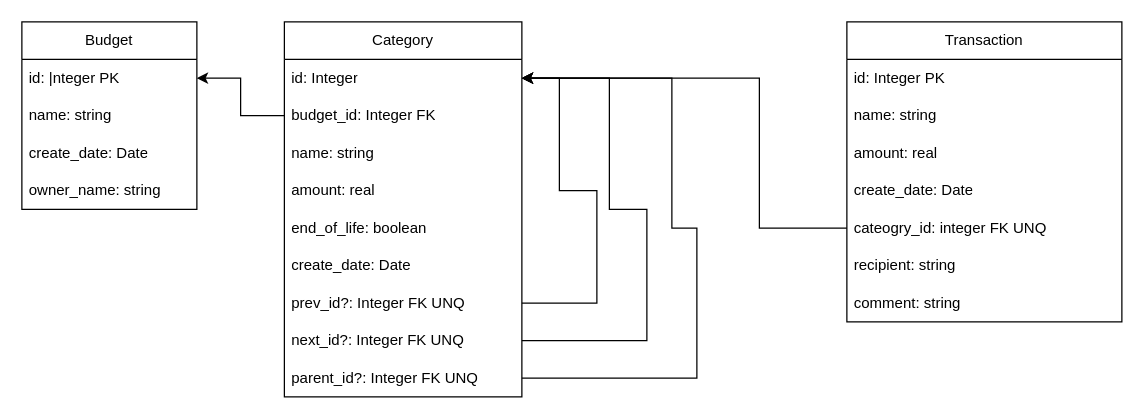
The draw.io diagram page "Datamodel" (3 of 5) of documentation/Versioning budget.drawio in abnDK/personal-budget-2, before the edit. Source tidied: cells renumbered, new cells numbered last; positions are measured from the earlier drawing's top-left corner, leaving out a move shared by most shapes. Both pictures are drawn from the tidied source at 125%, with x=0, y=0 at pixel (21, 21).
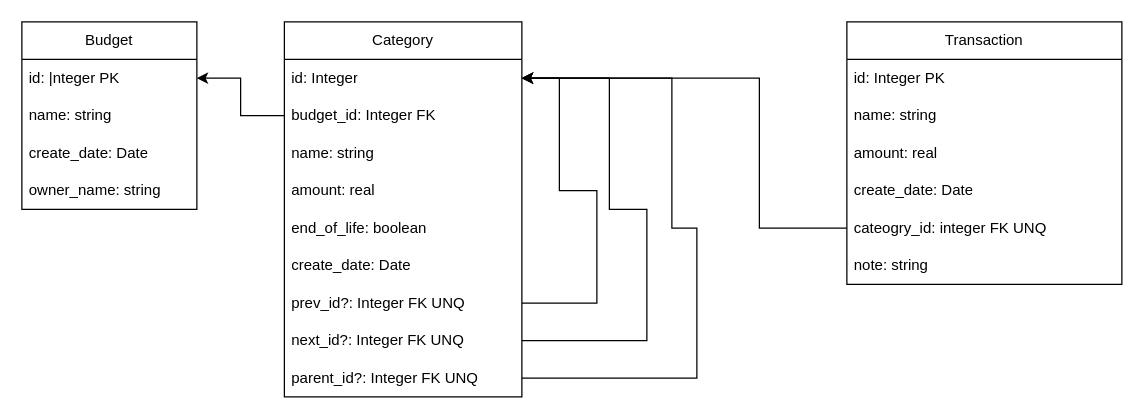
The same page after the edit.

Change to the diagram source:
```diff
@@
     <mxCell id="21" value="Transaction" style="swimlane;fontStyle=0;horizontal=1;startSize=30;whiteSpace=wrap;html=1;" parent="1" vertex="1">
-      <mxGeometry x="660" width="220" height="240" as="geometry" />
+      <mxGeometry x="660" width="220" height="210" as="geometry" />
     </mxCell>
@@
-    <mxCell id="27" value="recipient: string" style="text;strokeColor=none;fillColor=none;align=left;verticalAlign=middle;spacingLeft=4;spacingRight=4;overflow=hidden;whiteSpace=wrap;html=1;" parent="21" vertex="1">
+    <mxCell id="27" value="note: string" style="text;strokeColor=none;fillColor=none;align=left;verticalAlign=middle;spacingLeft=4;spacingRight=4;overflow=hidden;whiteSpace=wrap;html=1;" parent="21" vertex="1">
       <mxGeometry y="180" width="220" height="30" as="geometry" />
     </mxCell>
-    <mxCell id="28" value="comment: string" style="text;strokeColor=none;fillColor=none;align=left;verticalAlign=middle;spacingLeft=4;spacingRight=4;overflow=hidden;whiteSpace=wrap;html=1;" parent="21" vertex="1">
-      <mxGeometry y="210" width="220" height="30" as="geometry" />
-    </mxCell>
```
